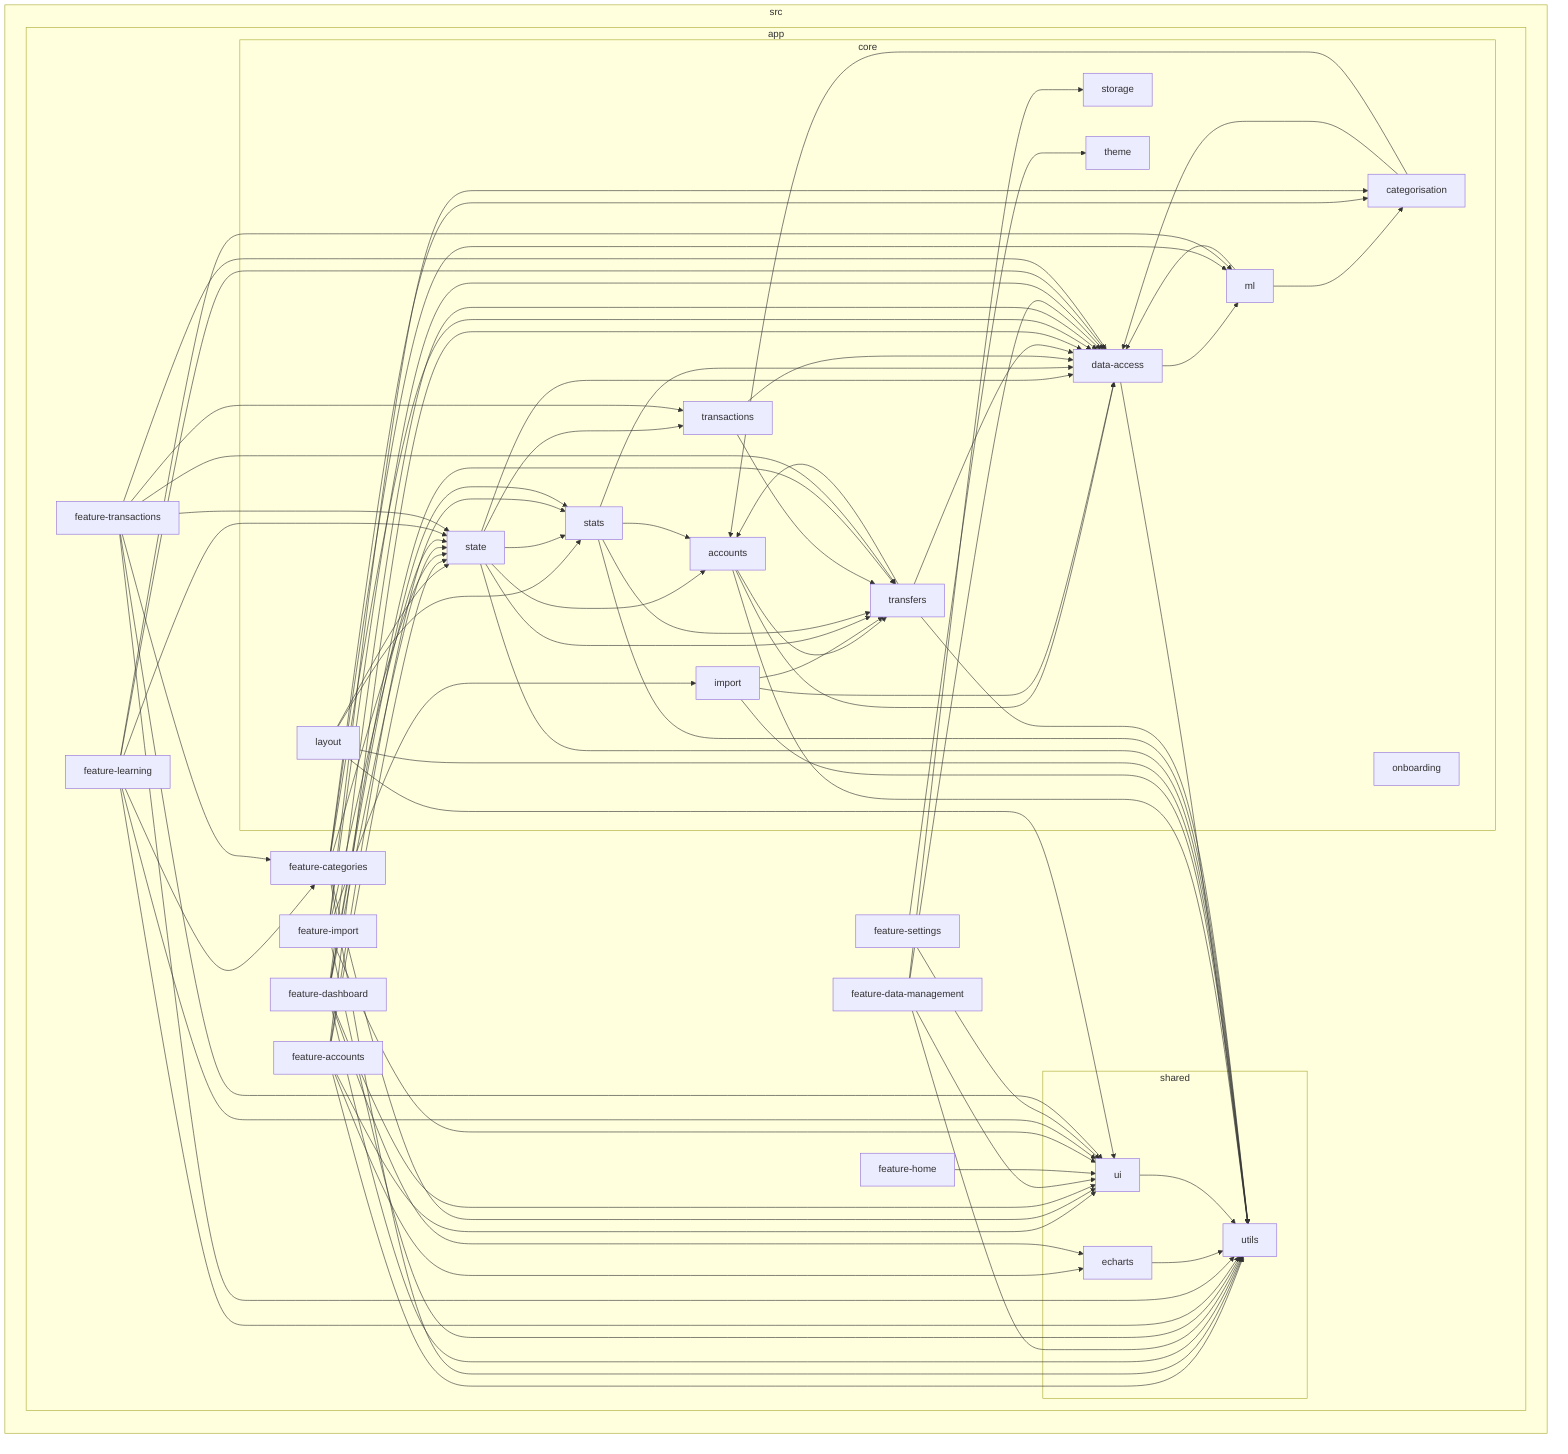
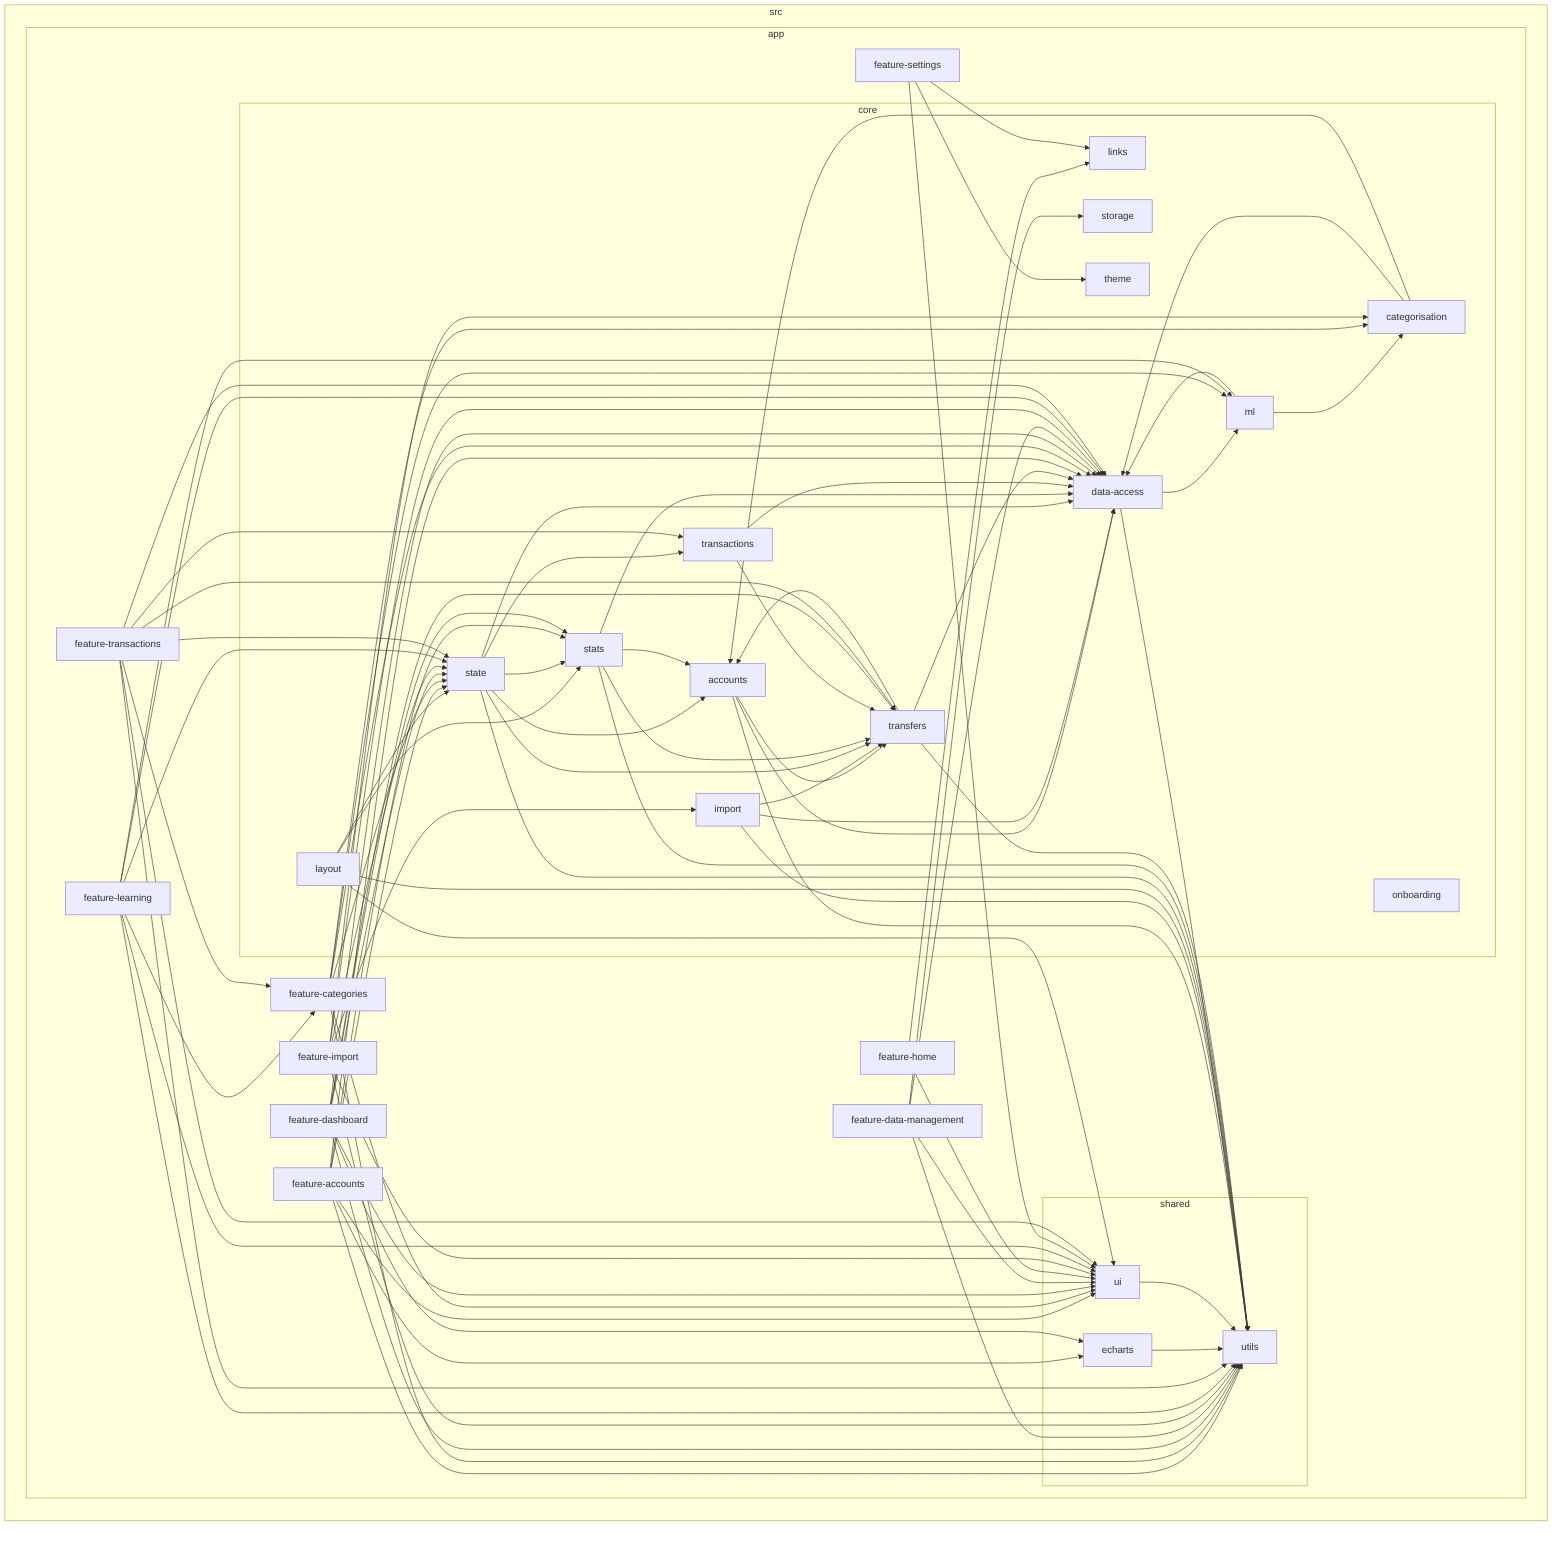
flowchart LR

subgraph 0["src"]
subgraph 1["app"]
subgraph 2["core"]
3["accounts"]
4["categorisation"]
5["data-access"]
6["import"]
7["layout"]
- 8["ml"]
- 9["onboarding"]
- A["state"]
- B["stats"]
- C["storage"]
- D["theme"]
- E["transactions"]
- F["transfers"]
+ 8["links"]
+ 9["ml"]
+ A["onboarding"]
+ B["state"]
+ C["stats"]
+ D["storage"]
+ E["theme"]
+ F["transactions"]
+ G["transfers"]
end
- G["feature-accounts"]
- H["feature-categories"]
- I["feature-dashboard"]
- J["feature-data-management"]
- K["feature-home"]
- L["feature-import"]
- M["feature-learning"]
- N["feature-settings"]
- O["feature-transactions"]
- subgraph P["shared"]
- Q["echarts"]
- R["ui"]
- S["utils"]
+ H["feature-accounts"]
+ I["feature-categories"]
+ J["feature-dashboard"]
+ K["feature-data-management"]
+ L["feature-home"]
+ M["feature-import"]
+ N["feature-learning"]
+ O["feature-settings"]
+ P["feature-transactions"]
+ subgraph Q["shared"]
+ R["echarts"]
+ S["ui"]
+ T["utils"]
end
end
end
3-->5
- 3-->F
- 3-->S
+ 3-->G
+ 3-->T
4-->5
4-->3
- 5-->8
- 5-->S
+ 5-->9
+ 5-->T
6-->5
- 6-->S
- 6-->F
- 7-->A
+ 6-->T
+ 6-->G
7-->B
- 7-->R
+ 7-->C
7-->S
- 8-->4
- 8-->5
- A-->3
- A-->5
- A-->B
- A-->F
- A-->S
- A-->E
+ 7-->T
+ 9-->4
+ 9-->5
+ B-->3
B-->5
- B-->S
- B-->3
+ B-->C
+ B-->G
+ B-->T
B-->F
- E-->5
- E-->F
+ C-->5
+ C-->T
+ C-->3
+ C-->G
F-->5
- F-->3
- F-->S
+ F-->G
G-->5
- G-->Q
- G-->A
- G-->R
- G-->S
- G-->B
+ G-->3
+ G-->T
H-->5
- H-->A
H-->R
+ H-->B
H-->S
- H-->4
- H-->8
+ H-->T
+ H-->C
I-->5
- I-->A
- I-->R
+ I-->B
I-->S
- I-->F
- I-->B
- I-->Q
+ I-->T
+ I-->4
+ I-->9
J-->5
+ J-->B
+ J-->S
+ J-->T
+ J-->G
J-->C
J-->R
- J-->S
- K-->R
- L-->5
- L-->6
- L-->R
+ K-->5
+ K-->D
+ K-->S
+ K-->T
+ L-->8
L-->S
- L-->A
- L-->4
- M-->R
- M-->8
- M-->A
- M-->H
M-->5
+ M-->6
M-->S
- N-->D
- N-->R
- O-->5
- O-->A
+ M-->T
+ M-->B
+ M-->4
+ N-->S
+ N-->9
+ N-->B
+ N-->I
+ N-->5
+ N-->T
+ O-->8
O-->E
- O-->R
O-->S
- O-->H
- O-->F
- Q-->S
- R-->S
+ P-->5
+ P-->B
+ P-->F
+ P-->S
+ P-->T
+ P-->I
+ P-->G
+ R-->T
+ S-->T
